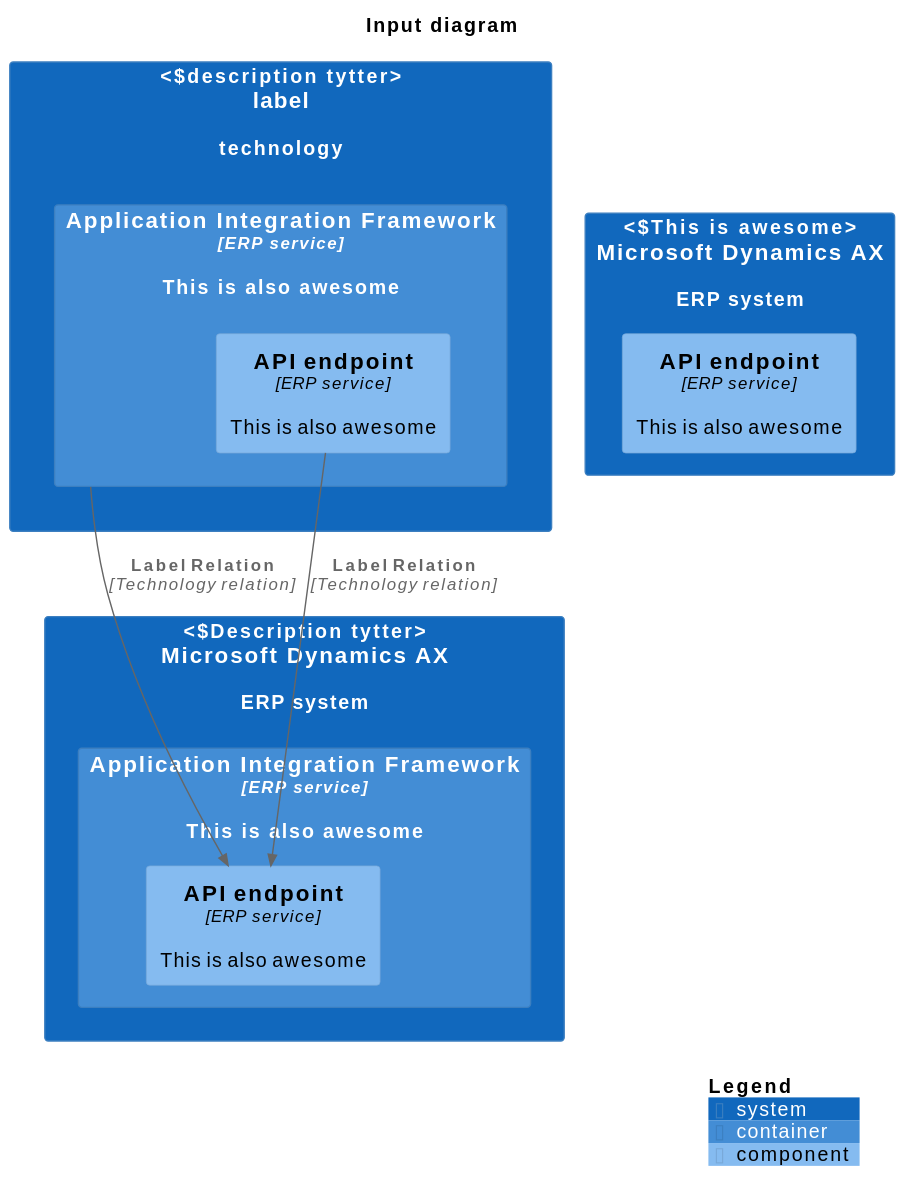
Earlier version of the PlantUML export diagram.svg (localgod/catalyst).
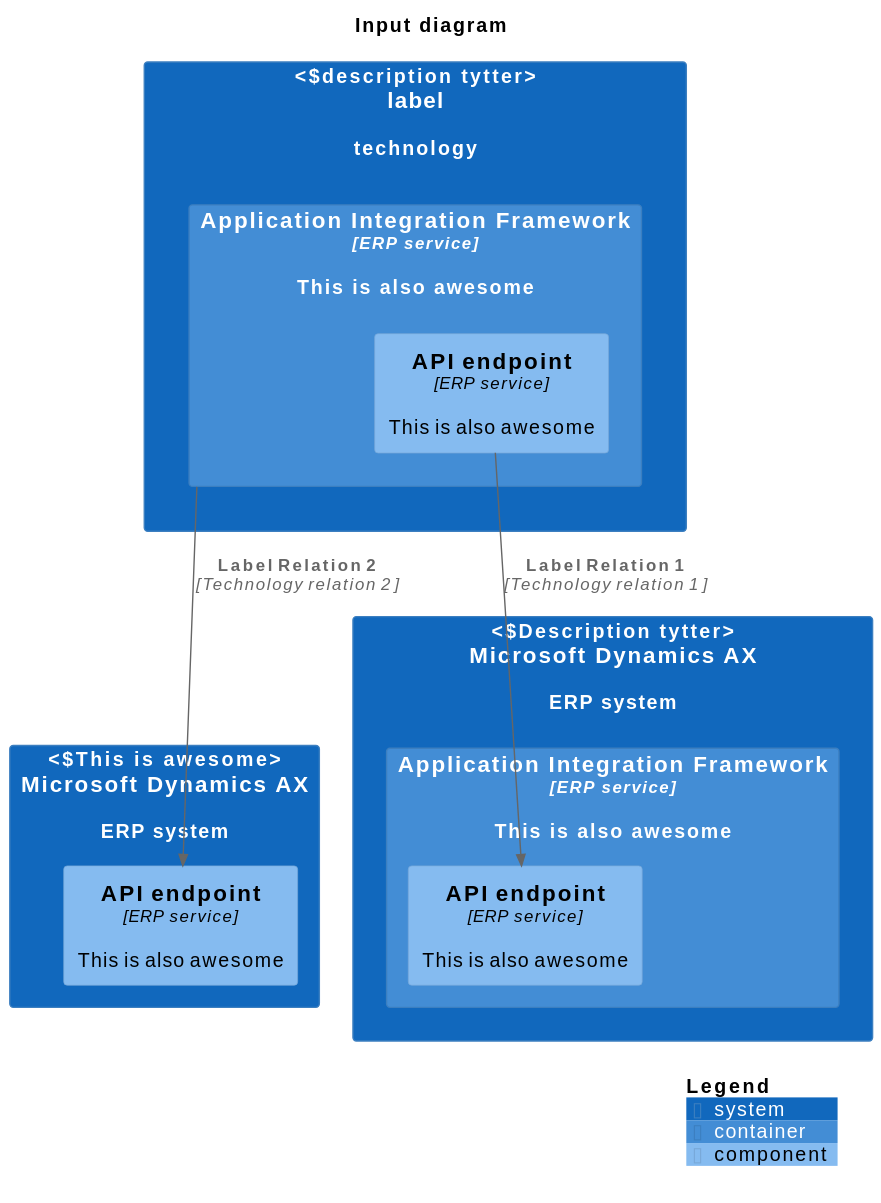
The same file after the commit.

Diff of the diagram source:
```diff
@@ -19,9 +19,9 @@
     Component(END3, "API endpoint", "ERP service", "This is also awesome", $tags=tytter)
 }
 
-Rel(END, END2, "Label Relation", "Technology relation")
+Rel(END, END2, "Label Relation 1", "Technology relation 1")
 
-Rel(AIF, END2, "Label Relation", "Technology relation")
+Rel(AIF, END3, "Label Relation 2", "Technology relation 2")
 
 
 
```
